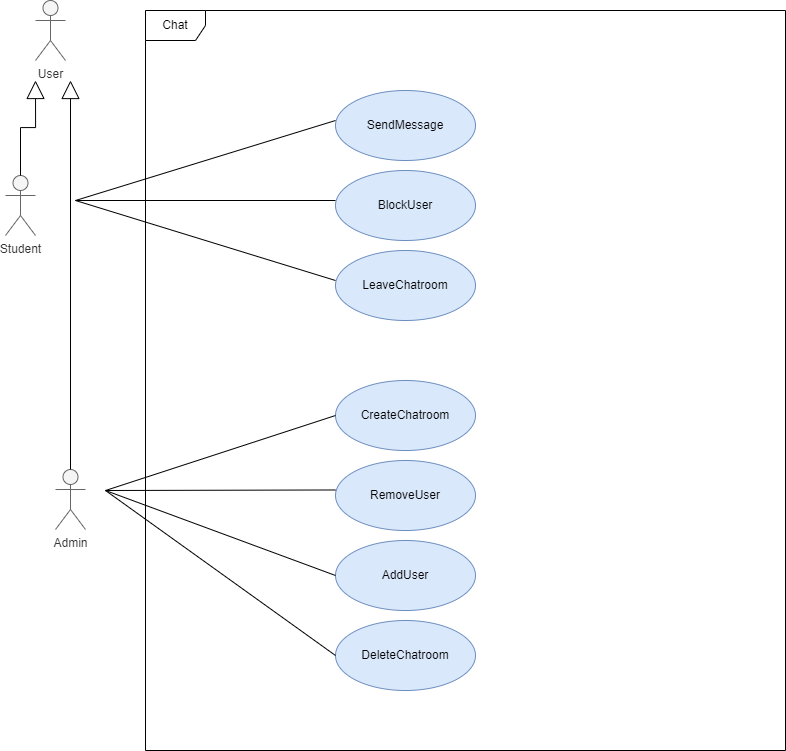
This is Documentation/Software Requirements and Design Specifications/images/Chat Usecase.drawio.png from COS301-SE-2022/Carpool, a draw.io export, as it was before one commit. Source tidied: cells renumbered, new cells last; positions are measured from the earlier drawing's top-left corner, leaving out a move shared by most shapes. Source of this version:
```xml
<mxGraphModel>
  <root>
    <mxCell id="0" />
    <mxCell id="1" parent="0" />
    <mxCell id="2" value="Chat" style="shape=umlFrame;whiteSpace=wrap;html=1;" parent="1" vertex="1">
      <mxGeometry x="140" y="10" width="640" height="740" as="geometry" />
    </mxCell>
    <mxCell id="3" value="User" style="shape=umlActor;verticalLabelPosition=bottom;verticalAlign=top;html=1;fillColor=#f5f5f5;fontColor=#333333;strokeColor=#666666;" parent="1" vertex="1">
      <mxGeometry x="30" width="30" height="60" as="geometry" />
    </mxCell>
    <mxCell id="4" value="Student" style="shape=umlActor;verticalLabelPosition=bottom;verticalAlign=top;html=1;fillColor=#f5f5f5;fontColor=#333333;strokeColor=#666666;" parent="1" vertex="1">
      <mxGeometry y="175" width="30" height="60" as="geometry" />
    </mxCell>
    <mxCell id="5" value="Admin" style="shape=umlActor;verticalLabelPosition=bottom;verticalAlign=top;html=1;fillColor=#f5f5f5;fontColor=#333333;strokeColor=#666666;" parent="1" vertex="1">
      <mxGeometry x="50" y="469" width="30" height="60" as="geometry" />
    </mxCell>
    <mxCell id="6" value="SendMessage" style="ellipse;whiteSpace=wrap;html=1;fillColor=#dae8fc;strokeColor=#6c8ebf;" parent="1" vertex="1">
      <mxGeometry x="330" y="90" width="140" height="70" as="geometry" />
    </mxCell>
    <mxCell id="7" value="BlockUser" style="ellipse;whiteSpace=wrap;html=1;fillColor=#dae8fc;strokeColor=#6c8ebf;" parent="1" vertex="1">
      <mxGeometry x="330" y="170" width="140" height="70" as="geometry" />
    </mxCell>
    <mxCell id="8" value="LeaveChatroom" style="ellipse;whiteSpace=wrap;html=1;fillColor=#dae8fc;strokeColor=#6c8ebf;" parent="1" vertex="1">
      <mxGeometry x="330" y="250" width="140" height="70" as="geometry" />
    </mxCell>
    <mxCell id="9" value="CreateChatroom" style="ellipse;whiteSpace=wrap;html=1;fillColor=#dae8fc;strokeColor=#6c8ebf;" parent="1" vertex="1">
      <mxGeometry x="330" y="380" width="140" height="70" as="geometry" />
    </mxCell>
    <mxCell id="10" value="RemoveUser" style="ellipse;whiteSpace=wrap;html=1;fillColor=#dae8fc;strokeColor=#6c8ebf;" parent="1" vertex="1">
      <mxGeometry x="330" y="460" width="140" height="70" as="geometry" />
    </mxCell>
    <mxCell id="11" value="AddUser" style="ellipse;whiteSpace=wrap;html=1;fillColor=#dae8fc;strokeColor=#6c8ebf;" parent="1" vertex="1">
      <mxGeometry x="330" y="540" width="140" height="70" as="geometry" />
    </mxCell>
    <mxCell id="12" value="DeleteChatroom" style="ellipse;whiteSpace=wrap;html=1;fillColor=#dae8fc;strokeColor=#6c8ebf;" parent="1" vertex="1">
      <mxGeometry x="330" y="620" width="140" height="70" as="geometry" />
    </mxCell>
    <mxCell id="13" style="endArrow=none;html=1;rounded=0;" parent="1" edge="1">
      <mxGeometry relative="1" as="geometry">
        <mxPoint x="70" y="200" as="sourcePoint" />
        <mxPoint x="330" y="120" as="targetPoint" />
      </mxGeometry>
    </mxCell>
    <mxCell id="14" style="endArrow=none;html=1;rounded=0;" parent="1" edge="1">
      <mxGeometry relative="1" as="geometry">
        <mxPoint x="70" y="200" as="sourcePoint" />
        <mxPoint x="330" y="200" as="targetPoint" />
      </mxGeometry>
    </mxCell>
    <mxCell id="15" style="endArrow=none;html=1;rounded=0;" parent="1" edge="1">
      <mxGeometry relative="1" as="geometry">
        <mxPoint x="70" y="200" as="sourcePoint" />
        <mxPoint x="330" y="280" as="targetPoint" />
      </mxGeometry>
    </mxCell>
    <mxCell id="16" style="endArrow=none;html=1;rounded=0;entryX=0;entryY=0.5;entryDx=0;entryDy=0;" parent="1" edge="1" target="9">
      <mxGeometry relative="1" as="geometry">
        <mxPoint x="100" y="490" as="sourcePoint" />
      </mxGeometry>
    </mxCell>
    <mxCell id="17" style="endArrow=none;html=1;rounded=0;entryX=0.001;entryY=0.421;entryDx=0;entryDy=0;entryPerimeter=0;" parent="1" edge="1" target="10">
      <mxGeometry relative="1" as="geometry">
        <mxPoint x="100" y="490" as="sourcePoint" />
      </mxGeometry>
    </mxCell>
    <mxCell id="18" style="endArrow=none;html=1;rounded=0;entryX=0;entryY=0.5;entryDx=0;entryDy=0;" parent="1" edge="1" target="11">
      <mxGeometry relative="1" as="geometry">
        <mxPoint x="100" y="490" as="sourcePoint" />
      </mxGeometry>
    </mxCell>
    <mxCell id="19" style="endArrow=none;html=1;rounded=0;entryX=0;entryY=0.5;entryDx=0;entryDy=0;" parent="1" edge="1" target="12">
      <mxGeometry relative="1" as="geometry">
        <mxPoint x="100" y="490" as="sourcePoint" />
      </mxGeometry>
    </mxCell>
    <mxCell id="20" style="endArrow=block;endSize=16;endFill=0;html=1;rounded=0;exitX=0.5;exitY=0;exitDx=0;exitDy=0;exitPerimeter=0;edgeStyle=orthogonalEdgeStyle;" parent="1" edge="1" source="4">
      <mxGeometry x="0.14" y="-46" relative="1" as="geometry">
        <mxPoint x="30" y="80" as="targetPoint" />
        <Array as="points">
          <mxPoint x="15" y="127" />
          <mxPoint x="30" y="127" />
        </Array>
        <mxPoint x="-6" y="22" as="offset" />
      </mxGeometry>
    </mxCell>
    <mxCell id="21" style="endArrow=block;endSize=16;endFill=0;html=1;rounded=0;exitX=0.5;exitY=0;exitDx=0;exitDy=0;exitPerimeter=0;" parent="1" edge="1" source="5">
      <mxGeometry x="-0.08" y="-35" relative="1" as="geometry">
        <mxPoint x="65" y="80" as="targetPoint" />
      </mxGeometry>
    </mxCell>
  </root>
</mxGraphModel>
```
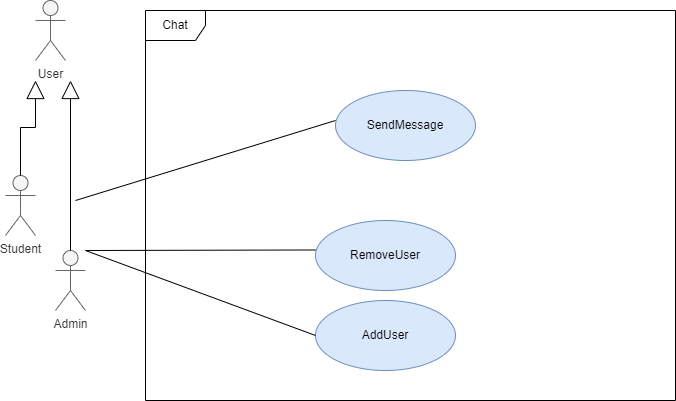
The same diagram one commit later.

The edit, as a diff of the source:
```diff
@@ -3,7 +3,7 @@
     <mxCell id="0" />
     <mxCell id="1" parent="0" />
     <mxCell id="2" value="Chat" style="shape=umlFrame;whiteSpace=wrap;html=1;" parent="1" vertex="1">
-      <mxGeometry x="140" y="10" width="640" height="740" as="geometry" />
+      <mxGeometry x="140" y="10" width="530" height="390" as="geometry" />
     </mxCell>
     <mxCell id="3" value="User" style="shape=umlActor;verticalLabelPosition=bottom;verticalAlign=top;html=1;fillColor=#f5f5f5;fontColor=#333333;strokeColor=#666666;" parent="1" vertex="1">
       <mxGeometry x="30" width="30" height="60" as="geometry" />
@@ -12,67 +12,33 @@
       <mxGeometry y="175" width="30" height="60" as="geometry" />
     </mxCell>
     <mxCell id="5" value="Admin" style="shape=umlActor;verticalLabelPosition=bottom;verticalAlign=top;html=1;fillColor=#f5f5f5;fontColor=#333333;strokeColor=#666666;" parent="1" vertex="1">
-      <mxGeometry x="50" y="469" width="30" height="60" as="geometry" />
+      <mxGeometry x="50" y="250" width="30" height="60" as="geometry" />
     </mxCell>
     <mxCell id="6" value="SendMessage" style="ellipse;whiteSpace=wrap;html=1;fillColor=#dae8fc;strokeColor=#6c8ebf;" parent="1" vertex="1">
       <mxGeometry x="330" y="90" width="140" height="70" as="geometry" />
     </mxCell>
-    <mxCell id="7" value="BlockUser" style="ellipse;whiteSpace=wrap;html=1;fillColor=#dae8fc;strokeColor=#6c8ebf;" parent="1" vertex="1">
-      <mxGeometry x="330" y="170" width="140" height="70" as="geometry" />
-    </mxCell>
-    <mxCell id="8" value="LeaveChatroom" style="ellipse;whiteSpace=wrap;html=1;fillColor=#dae8fc;strokeColor=#6c8ebf;" parent="1" vertex="1">
-      <mxGeometry x="330" y="250" width="140" height="70" as="geometry" />
-    </mxCell>
-    <mxCell id="9" value="CreateChatroom" style="ellipse;whiteSpace=wrap;html=1;fillColor=#dae8fc;strokeColor=#6c8ebf;" parent="1" vertex="1">
-      <mxGeometry x="330" y="380" width="140" height="70" as="geometry" />
-    </mxCell>
     <mxCell id="10" value="RemoveUser" style="ellipse;whiteSpace=wrap;html=1;fillColor=#dae8fc;strokeColor=#6c8ebf;" parent="1" vertex="1">
-      <mxGeometry x="330" y="460" width="140" height="70" as="geometry" />
+      <mxGeometry x="310" y="220" width="140" height="70" as="geometry" />
     </mxCell>
     <mxCell id="11" value="AddUser" style="ellipse;whiteSpace=wrap;html=1;fillColor=#dae8fc;strokeColor=#6c8ebf;" parent="1" vertex="1">
-      <mxGeometry x="330" y="540" width="140" height="70" as="geometry" />
+      <mxGeometry x="310" y="300" width="140" height="70" as="geometry" />
     </mxCell>
-    <mxCell id="12" value="DeleteChatroom" style="ellipse;whiteSpace=wrap;html=1;fillColor=#dae8fc;strokeColor=#6c8ebf;" parent="1" vertex="1">
-      <mxGeometry x="330" y="620" width="140" height="70" as="geometry" />
-    </mxCell>
     <mxCell id="13" style="endArrow=none;html=1;rounded=0;" parent="1" edge="1">
       <mxGeometry relative="1" as="geometry">
         <mxPoint x="70" y="200" as="sourcePoint" />
         <mxPoint x="330" y="120" as="targetPoint" />
       </mxGeometry>
     </mxCell>
-    <mxCell id="14" style="endArrow=none;html=1;rounded=0;" parent="1" edge="1">
-      <mxGeometry relative="1" as="geometry">
-        <mxPoint x="70" y="200" as="sourcePoint" />
-        <mxPoint x="330" y="200" as="targetPoint" />
-      </mxGeometry>
-    </mxCell>
-    <mxCell id="15" style="endArrow=none;html=1;rounded=0;" parent="1" edge="1">
-      <mxGeometry relative="1" as="geometry">
-        <mxPoint x="70" y="200" as="sourcePoint" />
-        <mxPoint x="330" y="280" as="targetPoint" />
-      </mxGeometry>
-    </mxCell>
-    <mxCell id="16" style="endArrow=none;html=1;rounded=0;entryX=0;entryY=0.5;entryDx=0;entryDy=0;" parent="1" edge="1" target="9">
-      <mxGeometry relative="1" as="geometry">
-        <mxPoint x="100" y="490" as="sourcePoint" />
-      </mxGeometry>
-    </mxCell>
     <mxCell id="17" style="endArrow=none;html=1;rounded=0;entryX=0.001;entryY=0.421;entryDx=0;entryDy=0;entryPerimeter=0;" parent="1" edge="1" target="10">
       <mxGeometry relative="1" as="geometry">
-        <mxPoint x="100" y="490" as="sourcePoint" />
+        <mxPoint x="80" y="250" as="sourcePoint" />
       </mxGeometry>
     </mxCell>
     <mxCell id="18" style="endArrow=none;html=1;rounded=0;entryX=0;entryY=0.5;entryDx=0;entryDy=0;" parent="1" edge="1" target="11">
       <mxGeometry relative="1" as="geometry">
-        <mxPoint x="100" y="490" as="sourcePoint" />
+        <mxPoint x="80" y="250" as="sourcePoint" />
       </mxGeometry>
     </mxCell>
-    <mxCell id="19" style="endArrow=none;html=1;rounded=0;entryX=0;entryY=0.5;entryDx=0;entryDy=0;" parent="1" edge="1" target="12">
-      <mxGeometry relative="1" as="geometry">
-        <mxPoint x="100" y="490" as="sourcePoint" />
-      </mxGeometry>
-    </mxCell>
     <mxCell id="20" style="endArrow=block;endSize=16;endFill=0;html=1;rounded=0;exitX=0.5;exitY=0;exitDx=0;exitDy=0;exitPerimeter=0;edgeStyle=orthogonalEdgeStyle;" parent="1" edge="1" source="4">
       <mxGeometry x="0.14" y="-46" relative="1" as="geometry">
         <mxPoint x="30" y="80" as="targetPoint" />
```
